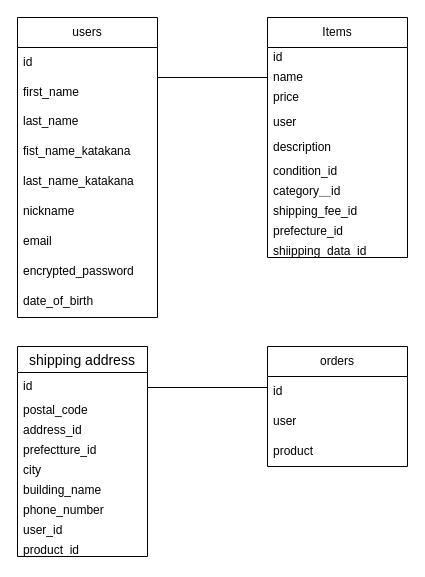
Earlier version of the draw.io diagram test.dio (yusukenemoto12345/furima39956_2). Source tidied: cells renumbered, new cells numbered last; positions are measured from the earlier drawing's top-left corner, leaving out a move shared by most shapes. Both pictures are drawn from the tidied source at 100%, with x=0, y=0 at pixel (17, 17).
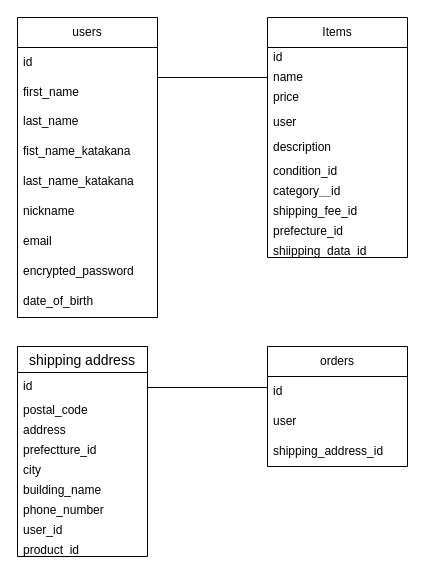
The same diagram, later.

Commit message (it also covers changes not shown here):
データベース設計８

The change refers to these unchanged cells:
```xml
<mxCell id="23" value="orders" style="swimlane;fontStyle=0;horizontal=1;startSize=30;whiteSpace=wrap;html=1;" parent="1" vertex="1">
  <mxGeometry x="250" y="329" width="140" height="120" as="geometry" />
</mxCell>
<mxCell id="27" value="shipping address" style="swimlane;fontStyle=0;horizontal=1;startSize=26;align=center;fontSize=14;" parent="1" vertex="1">
  <mxGeometry y="329" width="130" height="210" as="geometry" />
</mxCell>
```

What changed in the source:
```diff
@@
-    <mxCell id="26" value="product" style="text;strokeColor=none;fillColor=none;align=left;verticalAlign=middle;spacingLeft=4;spacingRight=4;overflow=hidden;whiteSpace=wrap;html=1;" parent="23" vertex="1">
+    <mxCell id="26" value="shipping_address_id" style="text;strokeColor=none;fillColor=none;align=left;verticalAlign=middle;spacingLeft=4;spacingRight=4;overflow=hidden;whiteSpace=wrap;html=1;" parent="23" vertex="1">
       <mxGeometry y="90" width="140" height="30" as="geometry" />
     </mxCell>
@@
-    <mxCell id="30" value="address_id" style="text;strokeColor=none;fillColor=none;spacingLeft=4;spacingRight=4;overflow=hidden;fontSize=12;" parent="27" vertex="1">
+    <mxCell id="30" value="address" style="text;strokeColor=none;fillColor=none;spacingLeft=4;spacingRight=4;overflow=hidden;fontSize=12;" parent="27" vertex="1">
       <mxGeometry y="70" width="130" height="20" as="geometry" />
     </mxCell>
```
